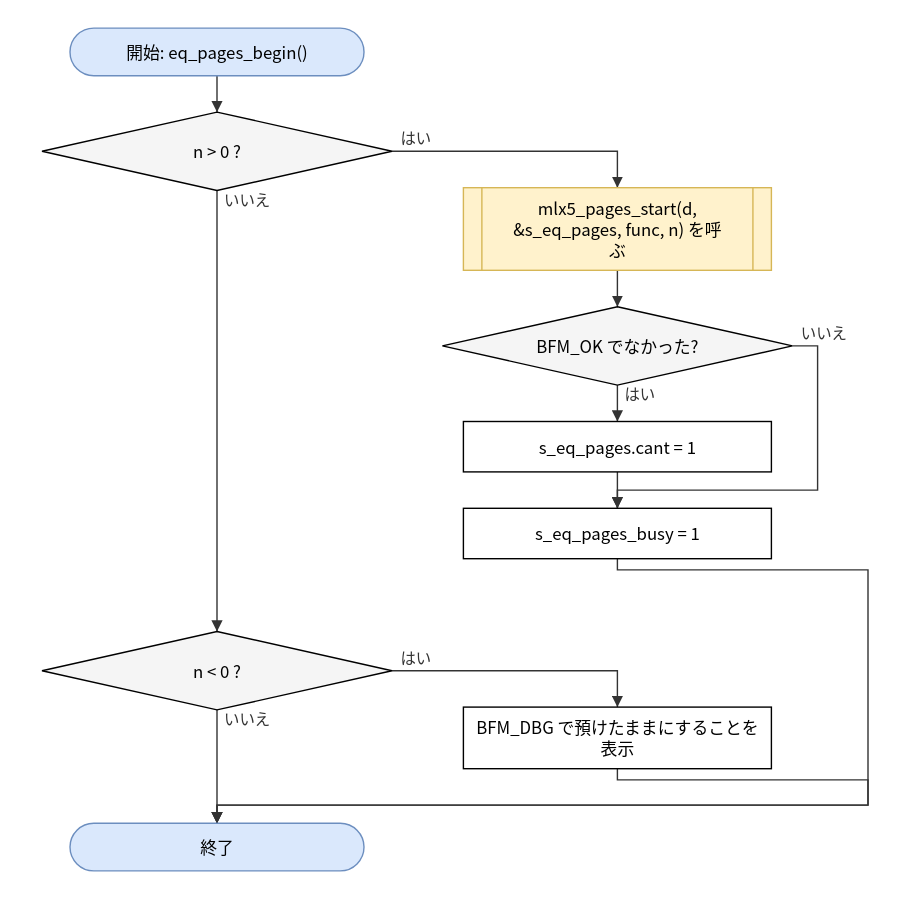
Above: doc/spec/images/flow_src_mlx5_cmd-eq_pages_begin.drawio.svg in hf355051012-ai/bfmem (draw.io), before the change. Source tidied: cells renumbered, new cells last; positions are measured from the earlier drawing's top-left corner, leaving out a move shared by most shapes.
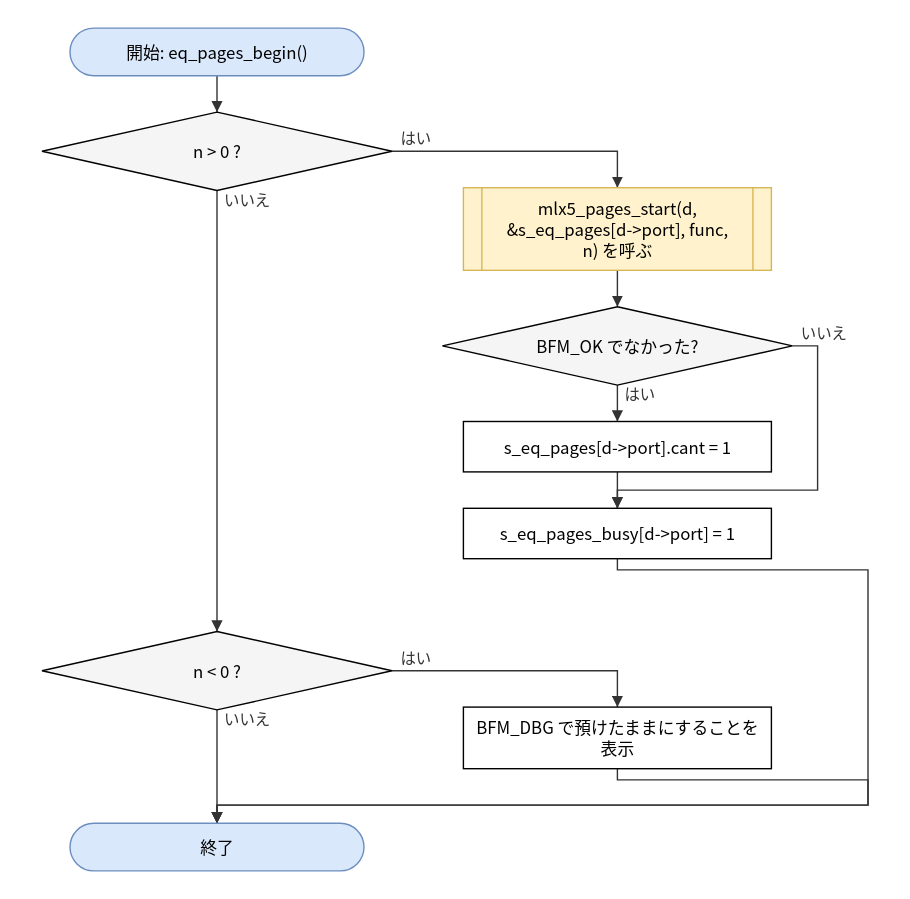
After the commit.

The edit, as a diff of the source:
```diff
@@ -8,16 +8,16 @@
     <mxCell id="3" value="n &amp;gt; 0 ?" style="rhombus;whiteSpace=wrap;html=1;fillColor=#f5f5f5;" parent="1" vertex="1">
       <mxGeometry y="60" width="250" height="56" as="geometry" />
     </mxCell>
-    <mxCell id="4" value="mlx5_pages_start(d,&lt;br&gt;&amp;amp;s_eq_pages, func, n) を呼&lt;br&gt;ぶ" style="shape=process;whiteSpace=wrap;html=1;backgroundOutline=1;size=0.06;fillColor=#fff2cc;strokeColor=#d6b656;" parent="1" vertex="1">
+    <mxCell id="4" value="mlx5_pages_start(d,&lt;br&gt;&amp;amp;s_eq_pages[d-&amp;gt;port], func,&lt;br&gt;n) を呼ぶ" style="shape=process;whiteSpace=wrap;html=1;backgroundOutline=1;size=0.06;fillColor=#fff2cc;strokeColor=#d6b656;" parent="1" vertex="1">
       <mxGeometry x="301" y="114" width="220" height="59" as="geometry" />
     </mxCell>
     <mxCell id="5" value="BFM_OK でなかった?" style="rhombus;whiteSpace=wrap;html=1;fillColor=#f5f5f5;" parent="1" vertex="1">
       <mxGeometry x="286" y="199" width="250" height="56" as="geometry" />
     </mxCell>
-    <mxCell id="6" value="s_eq_pages.cant = 1" style="rounded=0;whiteSpace=wrap;html=1;" parent="1" vertex="1">
+    <mxCell id="6" value="s_eq_pages[d-&amp;gt;port].cant = 1" style="rounded=0;whiteSpace=wrap;html=1;" parent="1" vertex="1">
       <mxGeometry x="301" y="281" width="220" height="36" as="geometry" />
     </mxCell>
-    <mxCell id="7" value="s_eq_pages_busy = 1" style="rounded=0;whiteSpace=wrap;html=1;" parent="1" vertex="1">
+    <mxCell id="7" value="s_eq_pages_busy[d-&amp;gt;port] = 1" style="rounded=0;whiteSpace=wrap;html=1;" parent="1" vertex="1">
       <mxGeometry x="301" y="343" width="220" height="36" as="geometry" />
     </mxCell>
     <mxCell id="8" value="n &amp;lt; 0 ?" style="rhombus;whiteSpace=wrap;html=1;fillColor=#f5f5f5;" parent="1" vertex="1">
```
